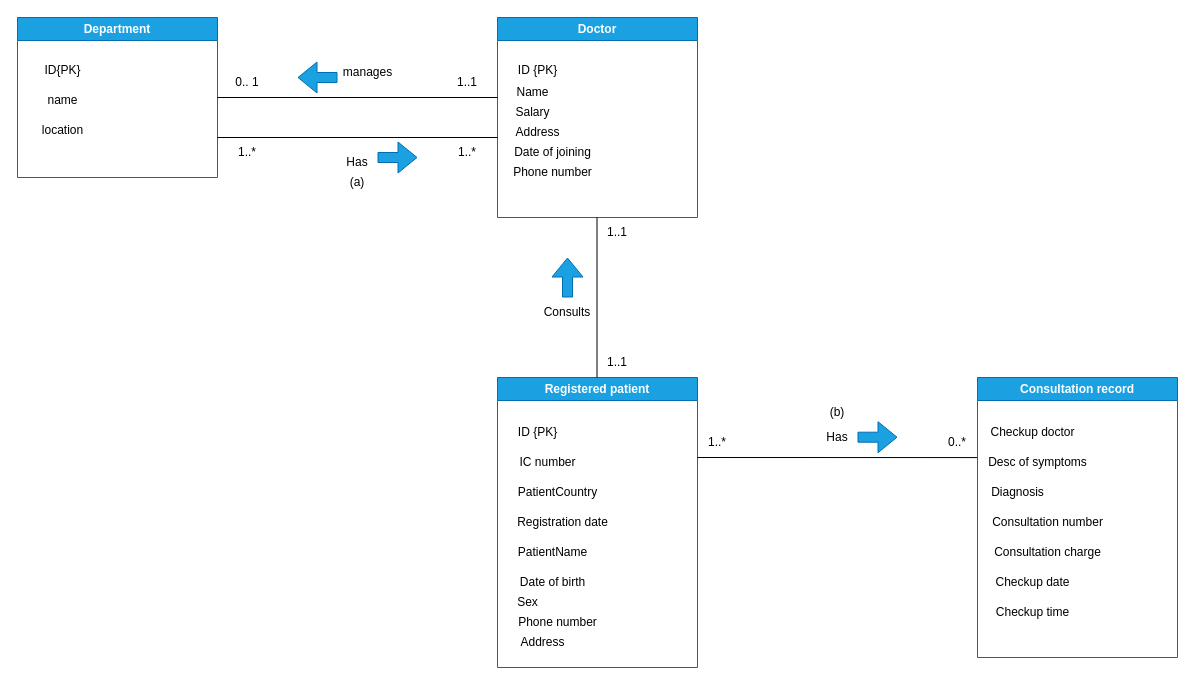
Earlier version of the draw.io diagram Student1_DBMS_ASSN1.drawio (Antonioiewh/DB_MANAGEMENT). Source tidied: cells renumbered, new cells numbered last; positions are measured from the earlier drawing's top-left corner, leaving out a move shared by most shapes. Both pictures are drawn from the tidied source at 100%, with x=0, y=0 at pixel (17, 17).
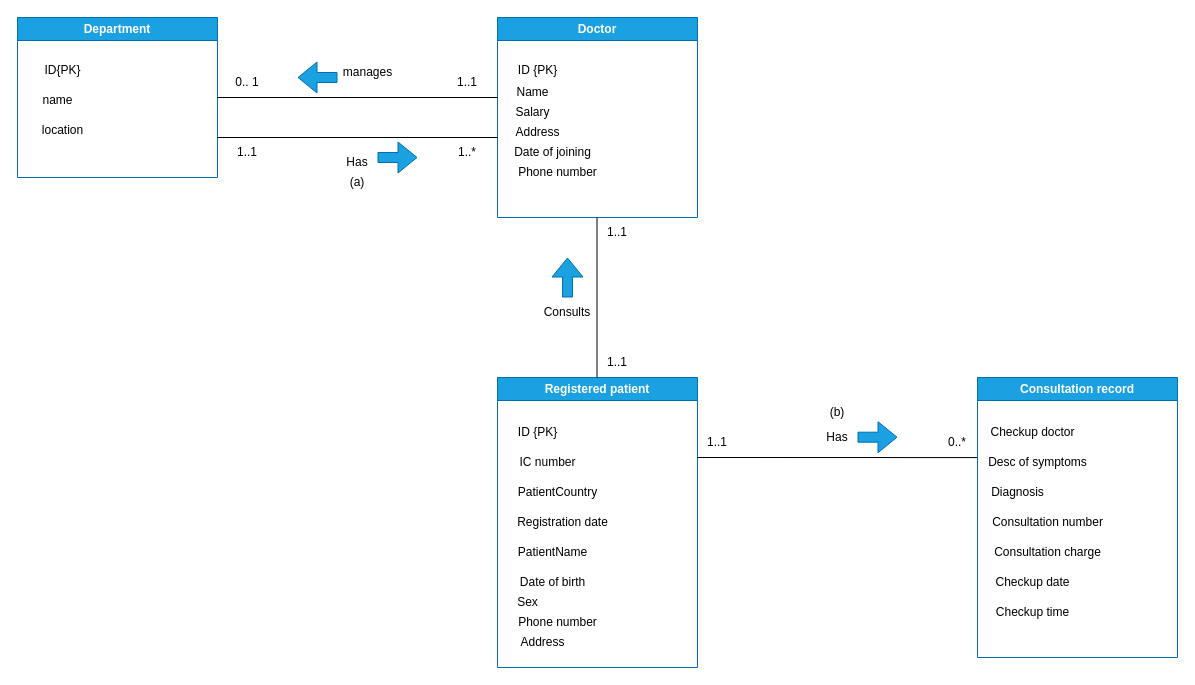
The same diagram, later.

Unchanged cells that the change refers to:
```xml
<mxCell id="2" value="Department" style="swimlane;whiteSpace=wrap;html=1;fillColor=#1ba1e2;fontColor=#ffffff;strokeColor=#006EAF;fillStyle=auto;" parent="1" vertex="1">
  <mxGeometry width="200" height="160" as="geometry" />
</mxCell>
<mxCell id="6" value="Doctor" style="swimlane;whiteSpace=wrap;html=1;fillColor=#1ba1e2;fontColor=#ffffff;strokeColor=#006EAF;" parent="1" vertex="1">
  <mxGeometry x="480" width="200" height="200" as="geometry" />
</mxCell>
```

Diff of the diagram source:
```diff
@@
     <mxCell id="5" value="name" style="text;html=1;align=center;verticalAlign=middle;strokeColor=none;fillColor=none;" parent="2" vertex="1">
-      <mxGeometry x="20" y="68" width="50" height="30" as="geometry" />
+      <mxGeometry x="15" y="68" width="50" height="30" as="geometry" />
     </mxCell>
@@
     <mxCell id="8" value="Phone number" style="text;html=1;align=center;verticalAlign=middle;strokeColor=none;fillColor=none;" parent="6" vertex="1">
-      <mxGeometry x="5" y="140" width="100" height="30" as="geometry" />
+      <mxGeometry x="10" y="140" width="100" height="30" as="geometry" />
     </mxCell>
@@
-    <mxCell id="41" value="1..*" style="text;html=1;align=center;verticalAlign=middle;whiteSpace=wrap;rounded=0;" parent="1" vertex="1">
+    <mxCell id="41" value="1..1" style="text;html=1;align=center;verticalAlign=middle;whiteSpace=wrap;rounded=0;" parent="1" vertex="1">
       <mxGeometry x="200" y="120" width="60" height="30" as="geometry" />
     </mxCell>
@@
-    <mxCell id="49" value="1..*" style="text;html=1;align=center;verticalAlign=middle;whiteSpace=wrap;rounded=0;" parent="1" vertex="1">
+    <mxCell id="49" value="1..1" style="text;html=1;align=center;verticalAlign=middle;whiteSpace=wrap;rounded=0;" parent="1" vertex="1">
       <mxGeometry x="670" y="410" width="60" height="30" as="geometry" />
     </mxCell>
```
